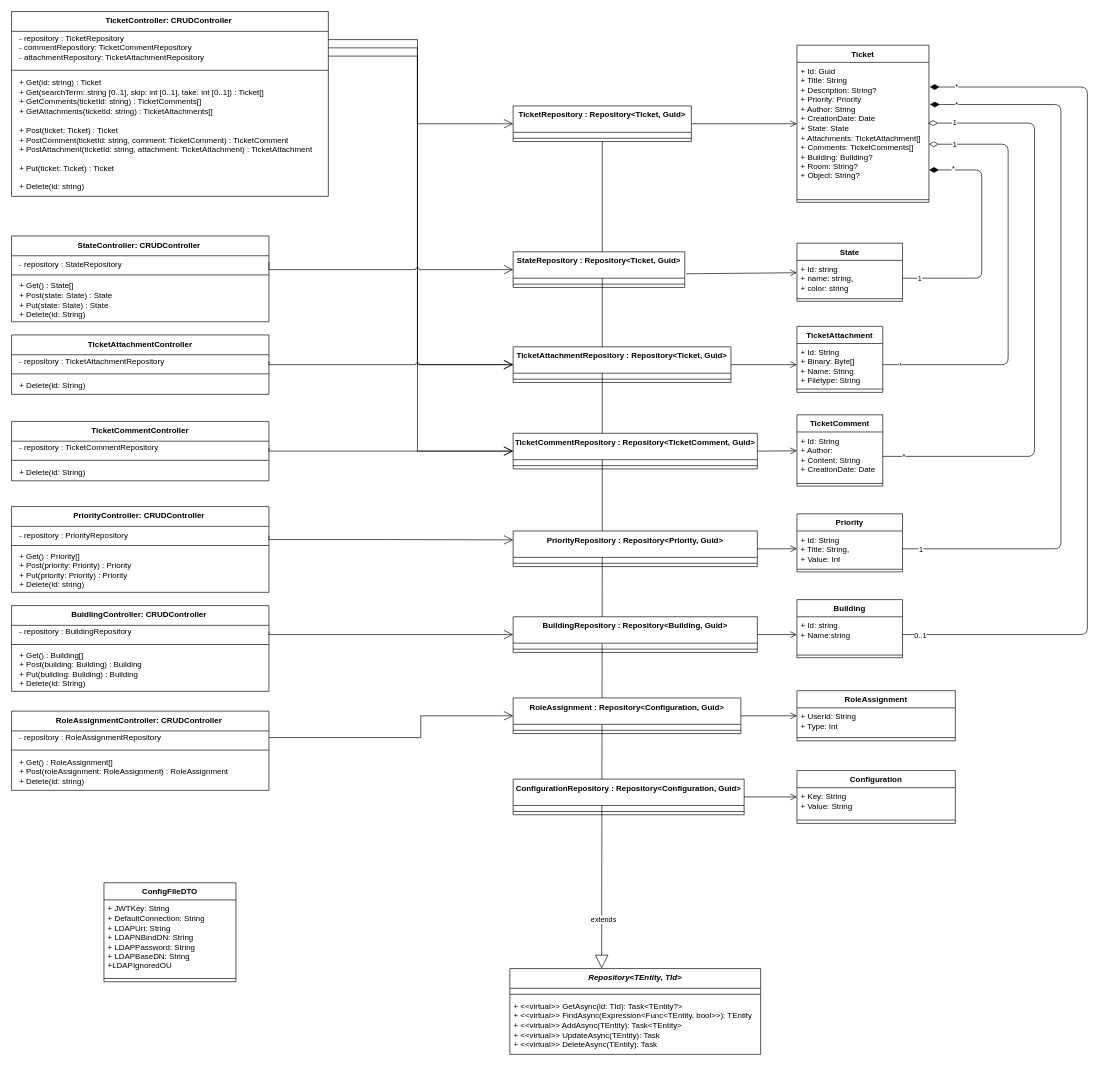
This is backend/Klassendiagramm Backend.drawio from youji-dev/youji, a draw.io file, before an edit. Source tidied: cells renumbered, new cells numbered last; positions are measured from the earlier drawing's top-left corner, leaving out a move shared by most shapes. Both pictures are drawn from the tidied source at 66%, with x=0, y=0 at pixel (11, 11).
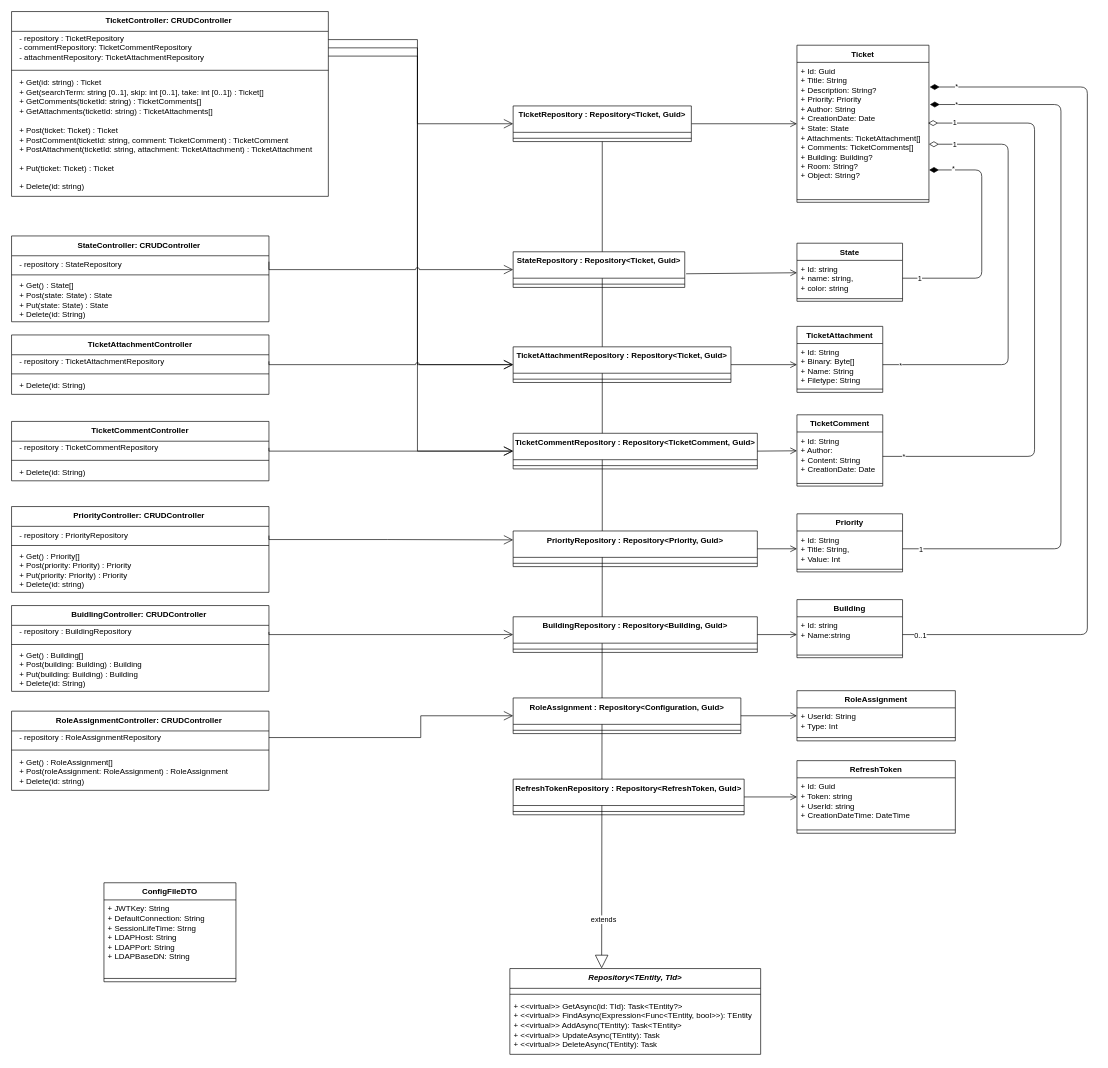
The same diagram, later.

The change refers to these unchanged cells:
```xml
<mxCell id="20" value="ConfigFileDTO" style="swimlane;fontStyle=1;align=center;verticalAlign=top;horizontal=1;startSize=26;whiteSpace=wrap;html=1;" parent="1" vertex="1">
  <mxGeometry x="140" y="1320" width="200" height="150" as="geometry" />
</mxCell>
```

Change to the diagram source:
```diff
@@
-    <mxCell id="21" value="&lt;div&gt;+ JWTKey: String&lt;/div&gt;&lt;div&gt;+ DefaultConnection: String&lt;/div&gt;&lt;div&gt;+ LDAPUri: String&lt;/div&gt;&lt;div&gt;+ LDAPNBindDN: String&lt;/div&gt;&lt;div&gt;+ LDAPPassword: String&lt;/div&gt;&lt;div&gt;+ LDAPBaseDN: String&lt;/div&gt;&lt;div&gt;+LDAPIgnoredOU&lt;/div&gt;" style="text;strokeColor=none;fillColor=none;align=left;verticalAlign=top;spacingLeft=4;spacingRight=4;overflow=hidden;whiteSpace=wrap;html=1;" parent="20" vertex="1">
+    <mxCell id="21" value="&lt;div&gt;+ JWTKey: String&lt;/div&gt;&lt;div&gt;+ DefaultConnection: String&lt;/div&gt;&lt;div&gt;+ SessionLifeTime: Strng&lt;/div&gt;&lt;div&gt;+ LDAPHost: String&lt;/div&gt;&lt;div&gt;+ LDAPPort: String&lt;/div&gt;&lt;div&gt;+ LDAPBaseDN: String&lt;/div&gt;" style="text;strokeColor=none;fillColor=none;align=left;verticalAlign=top;spacingLeft=4;spacingRight=4;overflow=hidden;whiteSpace=wrap;html=1;" parent="20" vertex="1">
       <mxGeometry y="26" width="200" height="114" as="geometry" />
     </mxCell>
@@
-    <mxCell id="42" value="Configuration" style="swimlane;fontStyle=1;align=center;verticalAlign=top;horizontal=1;startSize=26;whiteSpace=wrap;html=1;" parent="1" vertex="1">
-      <mxGeometry x="1190" y="1150" width="240" height="80" as="geometry" />
+    <mxCell id="42" value="RefreshToken" style="swimlane;fontStyle=1;align=center;verticalAlign=top;horizontal=1;startSize=26;whiteSpace=wrap;html=1;" parent="1" vertex="1">
+      <mxGeometry x="1190" y="1135" width="240" height="110" as="geometry" />
     </mxCell>
-    <mxCell id="43" value="&lt;div&gt;+ Key: String&lt;/div&gt;&lt;div&gt;+ Value: String&lt;/div&gt;" style="text;strokeColor=none;fillColor=none;align=left;verticalAlign=top;spacingLeft=4;spacingRight=4;overflow=hidden;whiteSpace=wrap;html=1;" parent="42" vertex="1">
-      <mxGeometry y="26" width="240" height="44" as="geometry" />
+    <mxCell id="43" value="&lt;div&gt;+ Id: Guid&lt;/div&gt;&lt;div&gt;+ Token: string&lt;/div&gt;&lt;div&gt;+ UserId: string&lt;/div&gt;&lt;div&gt;+ CreationDateTime: DateTime&lt;/div&gt;" style="text;strokeColor=none;fillColor=none;align=left;verticalAlign=top;spacingLeft=4;spacingRight=4;overflow=hidden;whiteSpace=wrap;html=1;" parent="42" vertex="1">
+      <mxGeometry y="26" width="240" height="74" as="geometry" />
     </mxCell>
     <mxCell id="44" style="line;strokeWidth=1;fillColor=none;align=left;verticalAlign=middle;spacingTop=-1;spacingLeft=3;spacingRight=3;labelPosition=right;strokeColor=inherit;" parent="42" vertex="1">
-      <mxGeometry y="70" width="240" height="10" as="geometry" />
+      <mxGeometry y="100" width="240" height="10" as="geometry" />
     </mxCell>
@@
-    <mxCell id="48" value="&lt;div&gt;&lt;span style=&quot;background-color: initial;&quot;&gt;Configuration&lt;/span&gt;&lt;span style=&quot;background-color: initial;&quot;&gt;Repository&lt;/span&gt;&lt;span style=&quot;background-color: initial;&quot;&gt;&amp;nbsp;&lt;/span&gt;&lt;span style=&quot;background-color: initial;&quot;&gt;:&amp;nbsp;&lt;/span&gt;&lt;span style=&quot;background-color: initial;&quot;&gt;Repository&amp;lt;Configuration, Guid&amp;gt;&lt;/span&gt;&lt;/div&gt;" style="swimlane;fontStyle=1;align=center;verticalAlign=top;horizontal=1;startSize=40;whiteSpace=wrap;html=1;" parent="1" vertex="1">
+    <mxCell id="48" value="RefreshToken&lt;span style=&quot;background-color: initial;&quot;&gt;Repository&lt;/span&gt;&lt;span style=&quot;background-color: initial;&quot;&gt;&amp;nbsp;&lt;/span&gt;&lt;span style=&quot;background-color: initial;&quot;&gt;:&amp;nbsp;&lt;/span&gt;&lt;span style=&quot;background-color: initial;&quot;&gt;Repository&amp;lt;&lt;/span&gt;RefreshToken&lt;span style=&quot;background-color: initial;&quot;&gt;, Guid&amp;gt;&lt;/span&gt;" style="swimlane;fontStyle=1;align=center;verticalAlign=top;horizontal=1;startSize=40;whiteSpace=wrap;html=1;" parent="1" vertex="1">
       <mxGeometry x="760" y="1163" width="350" height="54" as="geometry" />
     </mxCell>
```
